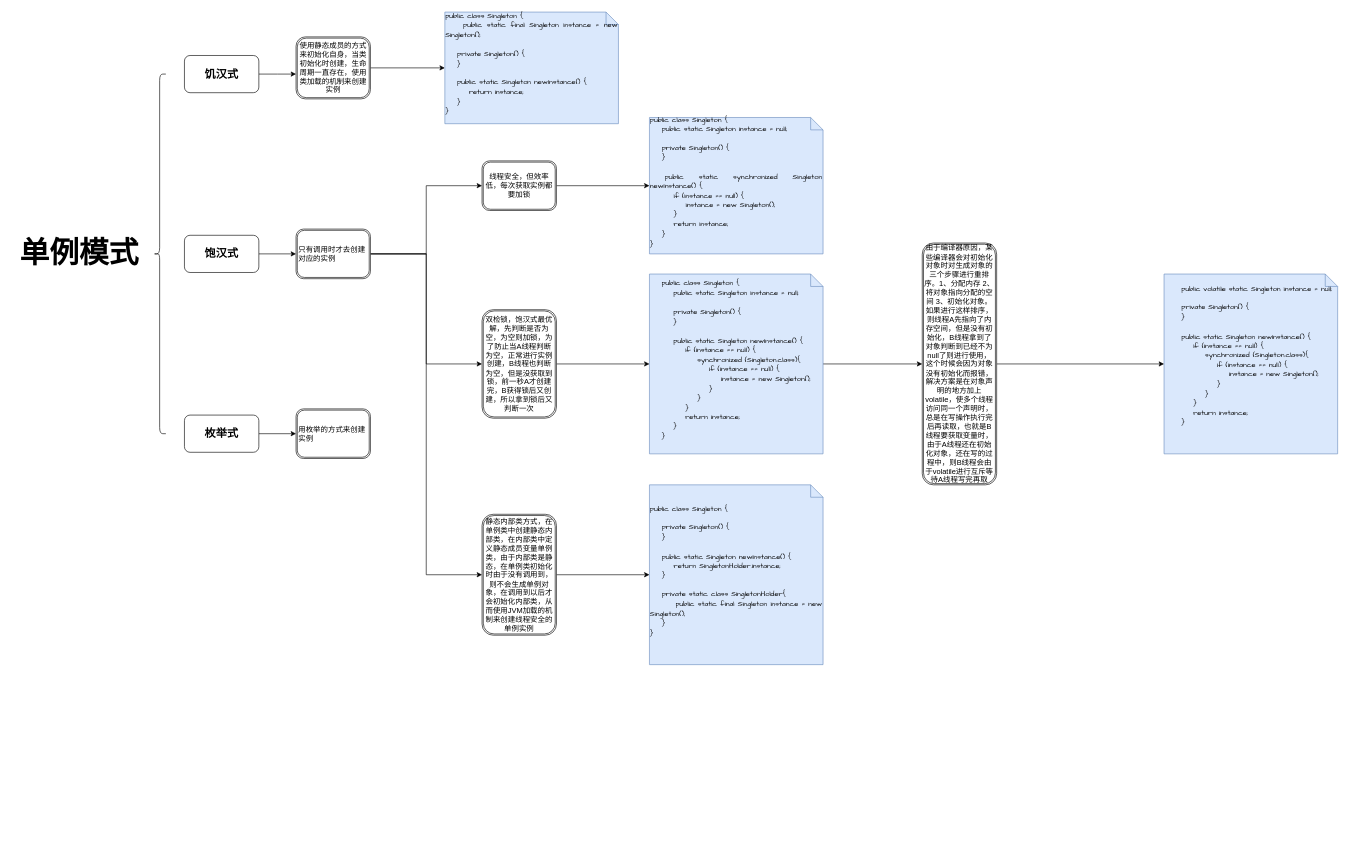
The draw.io diagram Untitled Diagram.drawio in onedayrex/ImagesUml, before the edit. Source tidied: cells renumbered, new cells numbered last; positions are measured from the earlier drawing's top-left corner, leaving out a move shared by most shapes. Both pictures are drawn from the tidied source at 62%, with x=0, y=0 at pixel (11, 12).
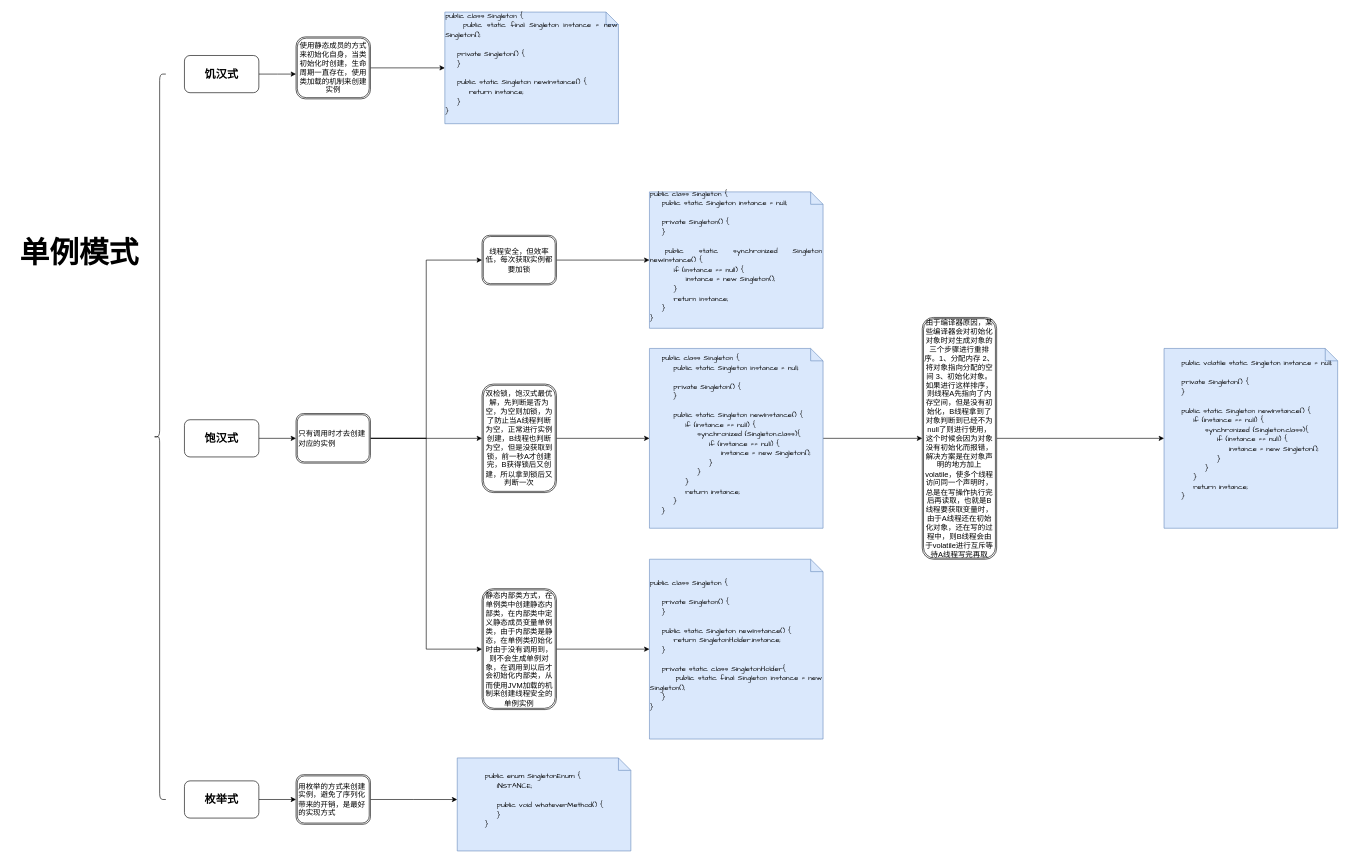
After the change.

The edit, as a diff of the source:
```diff
@@
     <mxCell id="3" style="shape=curlyBracket;whiteSpace=wrap;html=1;rounded=1;" parent="1" vertex="1">
-      <mxGeometry x="230" y="100" width="20" height="580" as="geometry" />
+      <mxGeometry x="230" y="100" width="20" height="1170" as="geometry" />
     </mxCell>
@@
     <mxCell id="7" value="&lt;h2&gt;饱汉式&lt;/h2&gt;" style="rounded=1;whiteSpace=wrap;html=1;" parent="1" vertex="1">
-      <mxGeometry x="280" y="360" width="120" height="60" as="geometry" />
+      <mxGeometry x="280" y="657.5" width="120" height="60" as="geometry" />
     </mxCell>
@@
     <mxCell id="9" value="&lt;h2&gt;枚举式&lt;/h2&gt;" style="rounded=1;whiteSpace=wrap;html=1;" parent="1" vertex="1">
-      <mxGeometry x="280" y="650" width="120" height="60" as="geometry" />
+      <mxGeometry x="280" y="1240" width="120" height="60" as="geometry" />
     </mxCell>
@@
     <mxCell id="15" value="&lt;div&gt;只有调用时才去创建对应的实例&lt;/div&gt;" style="shape=ext;double=1;rounded=1;whiteSpace=wrap;html=1;align=left;" parent="1" vertex="1">
-      <mxGeometry x="460" y="350" width="120" height="80" as="geometry" />
+      <mxGeometry x="460" y="647.5" width="120" height="80" as="geometry" />
     </mxCell>
+    <mxCell id="31" style="edgeStyle=orthogonalEdgeStyle;rounded=0;jettySize=auto;html=1;entryX=0;entryY=0.447;entryDx=0;entryDy=0;entryPerimeter=0;" parent="1" edge="1" source="16" target="32">
+      <mxGeometry relative="1" as="geometry" />
+    </mxCell>
-    <mxCell id="16" value="&lt;div&gt;&lt;span&gt;用枚举的方式来创建实例&lt;/span&gt;&lt;/div&gt;" style="shape=ext;double=1;rounded=1;whiteSpace=wrap;html=1;align=left;" parent="1" vertex="1">
-      <mxGeometry x="460" y="640" width="120" height="80" as="geometry" />
+    <mxCell id="16" value="&lt;div&gt;&lt;span&gt;用枚举的方式来创建实例，避免了序列化带来的开销，是最好的实现方式&lt;/span&gt;&lt;/div&gt;" style="shape=ext;double=1;rounded=1;whiteSpace=wrap;html=1;align=left;" parent="1" vertex="1">
+      <mxGeometry x="460" y="1230" width="120" height="80" as="geometry" />
     </mxCell>
@@
     <mxCell id="18" value="&lt;div style=&quot;text-align: justify&quot;&gt;&lt;div&gt;&lt;font face=&quot;Comic Sans MS&quot;&gt;public class Singleton {&lt;/font&gt;&lt;/div&gt;&lt;div&gt;&lt;font face=&quot;Comic Sans MS&quot;&gt;&amp;nbsp; &amp;nbsp; public static Singleton instance = null;&lt;/font&gt;&lt;/div&gt;&lt;div&gt;&lt;font face=&quot;Comic Sans MS&quot;&gt;&lt;br&gt;&lt;/font&gt;&lt;/div&gt;&lt;div&gt;&lt;font face=&quot;Comic Sans MS&quot;&gt;&amp;nbsp; &amp;nbsp; private Singleton() {&lt;/font&gt;&lt;/div&gt;&lt;div&gt;&lt;font face=&quot;Comic Sans MS&quot;&gt;&amp;nbsp; &amp;nbsp; }&lt;/font&gt;&lt;/div&gt;&lt;div&gt;&lt;span style=&quot;font-family: &amp;#34;comic sans ms&amp;#34;&quot;&gt;&lt;br&gt;&lt;/span&gt;&lt;/div&gt;&lt;div&gt;&lt;span style=&quot;font-family: &amp;#34;comic sans ms&amp;#34;&quot;&gt;&amp;nbsp;public static synchronized Singleton newInstance() {&lt;/span&gt;&lt;br&gt;&lt;/div&gt;&lt;div&gt;&lt;font face=&quot;Comic Sans MS&quot;&gt;&amp;nbsp; &amp;nbsp; &amp;nbsp; &amp;nbsp; if (instance == null) {&lt;/font&gt;&lt;/div&gt;&lt;div&gt;&lt;font face=&quot;Comic Sans MS&quot;&gt;&amp;nbsp; &amp;nbsp; &amp;nbsp; &amp;nbsp; &amp;nbsp; &amp;nbsp; instance = new Singleton();&lt;/font&gt;&lt;/div&gt;&lt;div&gt;&lt;font face=&quot;Comic Sans MS&quot;&gt;&amp;nbsp; &amp;nbsp; &amp;nbsp; &amp;nbsp; }&lt;/font&gt;&lt;/div&gt;&lt;div&gt;&lt;font face=&quot;Comic Sans MS&quot;&gt;&amp;nbsp; &amp;nbsp; &amp;nbsp; &amp;nbsp; return instance;&lt;/font&gt;&lt;/div&gt;&lt;div&gt;&lt;font face=&quot;Comic Sans MS&quot;&gt;&amp;nbsp; &amp;nbsp; }&lt;/font&gt;&lt;/div&gt;&lt;div&gt;&lt;font face=&quot;Comic Sans MS&quot;&gt;}&lt;/font&gt;&lt;/div&gt;&lt;div&gt;&lt;br&gt;&lt;/div&gt;&lt;/div&gt;" style="shape=note;size=20;whiteSpace=wrap;html=1;strokeColor=#6c8ebf;fillColor=#dae8fc;" parent="1" vertex="1">
-      <mxGeometry x="1030" y="170" width="280" height="220" as="geometry" />
+      <mxGeometry x="1030" y="290" width="280" height="220" as="geometry" />
     </mxCell>
@@
     <mxCell id="20" value="&lt;div style=&quot;text-align: justify&quot;&gt;&lt;div&gt;&lt;font face=&quot;Comic Sans MS&quot;&gt;public class Singleton {&lt;/font&gt;&lt;/div&gt;&lt;div&gt;&lt;font face=&quot;Comic Sans MS&quot;&gt;&amp;nbsp; &amp;nbsp; public static Singleton instance = null;&lt;/font&gt;&lt;/div&gt;&lt;div&gt;&lt;font face=&quot;Comic Sans MS&quot;&gt;&lt;br&gt;&lt;/font&gt;&lt;/div&gt;&lt;div&gt;&lt;font face=&quot;Comic Sans MS&quot;&gt;&amp;nbsp; &amp;nbsp; private Singleton() {&lt;/font&gt;&lt;/div&gt;&lt;div&gt;&lt;font face=&quot;Comic Sans MS&quot;&gt;&amp;nbsp; &amp;nbsp; }&lt;/font&gt;&lt;/div&gt;&lt;div&gt;&lt;font face=&quot;Comic Sans MS&quot;&gt;&lt;br&gt;&lt;/font&gt;&lt;/div&gt;&lt;div&gt;&lt;font face=&quot;Comic Sans MS&quot;&gt;&amp;nbsp; &amp;nbsp; public static Singleton newInstance() {&lt;/font&gt;&lt;/div&gt;&lt;div&gt;&lt;font face=&quot;Comic Sans MS&quot;&gt;&amp;nbsp; &amp;nbsp; &amp;nbsp; &amp;nbsp; if (instance == null) {&lt;/font&gt;&lt;/div&gt;&lt;div&gt;&lt;font face=&quot;Comic Sans MS&quot;&gt;&amp;nbsp; &amp;nbsp; &amp;nbsp; &amp;nbsp; &amp;nbsp; &amp;nbsp; synchronized (Singleton.class){&lt;/font&gt;&lt;/div&gt;&lt;div&gt;&lt;font face=&quot;Comic Sans MS&quot;&gt;&amp;nbsp; &amp;nbsp; &amp;nbsp; &amp;nbsp; &amp;nbsp; &amp;nbsp; &amp;nbsp; &amp;nbsp; if (instance == null) {&lt;/font&gt;&lt;/div&gt;&lt;div&gt;&lt;font face=&quot;Comic Sans MS&quot;&gt;&amp;nbsp; &amp;nbsp; &amp;nbsp; &amp;nbsp; &amp;nbsp; &amp;nbsp; &amp;nbsp; &amp;nbsp; &amp;nbsp; &amp;nbsp; instance = new Singleton();&lt;/font&gt;&lt;/div&gt;&lt;div&gt;&lt;font face=&quot;Comic Sans MS&quot;&gt;&amp;nbsp; &amp;nbsp; &amp;nbsp; &amp;nbsp; &amp;nbsp; &amp;nbsp; &amp;nbsp; &amp;nbsp; }&lt;/font&gt;&lt;/div&gt;&lt;div&gt;&lt;font face=&quot;Comic Sans MS&quot;&gt;&amp;nbsp; &amp;nbsp; &amp;nbsp; &amp;nbsp; &amp;nbsp; &amp;nbsp; }&lt;/font&gt;&lt;/div&gt;&lt;div&gt;&lt;font face=&quot;Comic Sans MS&quot;&gt;&amp;nbsp; &amp;nbsp; &amp;nbsp; &amp;nbsp; }&lt;/font&gt;&lt;/div&gt;&lt;div&gt;&lt;font face=&quot;Comic Sans MS&quot;&gt;&amp;nbsp; &amp;nbsp; &amp;nbsp; &amp;nbsp; return instance;&lt;/font&gt;&lt;/div&gt;&lt;div&gt;&lt;font face=&quot;Comic Sans MS&quot;&gt;&amp;nbsp; &amp;nbsp; }&lt;/font&gt;&lt;/div&gt;&lt;div&gt;&lt;font face=&quot;Comic Sans MS&quot;&gt;}&lt;/font&gt;&lt;/div&gt;&lt;div&gt;&lt;br&gt;&lt;/div&gt;&lt;/div&gt;" style="shape=note;size=20;whiteSpace=wrap;html=1;strokeColor=#6c8ebf;fillColor=#dae8fc;" parent="1" vertex="1">
-      <mxGeometry x="1030" y="422.5" width="280" height="290" as="geometry" />
+      <mxGeometry x="1030" y="542.5" width="280" height="290" as="geometry" />
     </mxCell>
@@
     <mxCell id="22" value="线程安全，但效率低，每次获取实例都要加锁" style="shape=ext;double=1;rounded=1;whiteSpace=wrap;html=1;fillColor=#ffffff;gradientColor=#ffffff;" parent="1" vertex="1">
-      <mxGeometry x="760" y="240" width="120" height="80" as="geometry" />
+      <mxGeometry x="760" y="360" width="120" height="80" as="geometry" />
     </mxCell>
@@
     <mxCell id="24" value="双检锁，饱汉式最优解，先判断是否为空，为空则加锁，为了防止当A线程判断为空，正常进行实例创建，B线程也判断为空，但是没获取到锁，前一秒A才创建完，B获得锁后又创建，所以拿到锁后又判断一次" style="shape=ext;double=1;rounded=1;whiteSpace=wrap;html=1;fillColor=#ffffff;gradientColor=#ffffff;" parent="1" vertex="1">
-      <mxGeometry x="760" y="480" width="120" height="175" as="geometry" />
+      <mxGeometry x="760" y="600" width="120" height="175" as="geometry" />
     </mxCell>
     <mxCell id="25" value="&lt;div style=&quot;text-align: justify&quot;&gt;&lt;div&gt;&lt;div&gt;&lt;font face=&quot;Comic Sans MS&quot;&gt;&amp;nbsp; &amp;nbsp; public volatile static Singleton instance = null;&lt;/font&gt;&lt;/div&gt;&lt;div&gt;&lt;font face=&quot;Comic Sans MS&quot;&gt;&lt;br&gt;&lt;/font&gt;&lt;/div&gt;&lt;div&gt;&lt;font face=&quot;Comic Sans MS&quot;&gt;&amp;nbsp; &amp;nbsp; private Singleton() {&lt;/font&gt;&lt;/div&gt;&lt;div&gt;&lt;font face=&quot;Comic Sans MS&quot;&gt;&amp;nbsp; &amp;nbsp; }&lt;/font&gt;&lt;/div&gt;&lt;div&gt;&lt;font face=&quot;Comic Sans MS&quot;&gt;&lt;br&gt;&lt;/font&gt;&lt;/div&gt;&lt;div&gt;&lt;font face=&quot;Comic Sans MS&quot;&gt;&amp;nbsp; &amp;nbsp; public static Singleton newInstance() {&lt;/font&gt;&lt;/div&gt;&lt;div&gt;&lt;font face=&quot;Comic Sans MS&quot;&gt;&amp;nbsp; &amp;nbsp; &amp;nbsp; &amp;nbsp; if (instance == null) {&lt;/font&gt;&lt;/div&gt;&lt;div&gt;&lt;font face=&quot;Comic Sans MS&quot;&gt;&amp;nbsp; &amp;nbsp; &amp;nbsp; &amp;nbsp; &amp;nbsp; &amp;nbsp; synchronized (Singleton.class){&lt;/font&gt;&lt;/div&gt;&lt;div&gt;&lt;font face=&quot;Comic Sans MS&quot;&gt;&amp;nbsp; &amp;nbsp; &amp;nbsp; &amp;nbsp; &amp;nbsp; &amp;nbsp; &amp;nbsp; &amp;nbsp; if (instance == null) {&lt;/font&gt;&lt;/div&gt;&lt;div&gt;&lt;font face=&quot;Comic Sans MS&quot;&gt;&amp;nbsp; &amp;nbsp; &amp;nbsp; &amp;nbsp; &amp;nbsp; &amp;nbsp; &amp;nbsp; &amp;nbsp; &amp;nbsp; &amp;nbsp; instance = new Singleton();&lt;/font&gt;&lt;/div&gt;&lt;div&gt;&lt;font face=&quot;Comic Sans MS&quot;&gt;&amp;nbsp; &amp;nbsp; &amp;nbsp; &amp;nbsp; &amp;nbsp; &amp;nbsp; &amp;nbsp; &amp;nbsp; }&lt;/font&gt;&lt;/div&gt;&lt;div&gt;&lt;font face=&quot;Comic Sans MS&quot;&gt;&amp;nbsp; &amp;nbsp; &amp;nbsp; &amp;nbsp; &amp;nbsp; &amp;nbsp; }&lt;/font&gt;&lt;/div&gt;&lt;div&gt;&lt;font face=&quot;Comic Sans MS&quot;&gt;&amp;nbsp; &amp;nbsp; &amp;nbsp; &amp;nbsp; }&lt;/font&gt;&lt;/div&gt;&lt;div&gt;&lt;font face=&quot;Comic Sans MS&quot;&gt;&amp;nbsp; &amp;nbsp; &amp;nbsp; &amp;nbsp; return instance;&lt;/font&gt;&lt;/div&gt;&lt;div&gt;&lt;font face=&quot;Comic Sans MS&quot;&gt;&amp;nbsp; &amp;nbsp; }&lt;/font&gt;&lt;/div&gt;&lt;/div&gt;&lt;div&gt;&lt;br&gt;&lt;/div&gt;&lt;div&gt;&lt;br&gt;&lt;/div&gt;&lt;/div&gt;" style="shape=note;size=20;whiteSpace=wrap;html=1;strokeColor=#6c8ebf;fillColor=#dae8fc;" parent="1" vertex="1">
-      <mxGeometry x="1860" y="422.5" width="280" height="290" as="geometry" />
+      <mxGeometry x="1860" y="542.5" width="280" height="290" as="geometry" />
     </mxCell>
@@
     <mxCell id="27" value="由于编译器原因，某些编译器会对初始化对象时对生成对象的三个步骤进行重排序。1、分配内存 2、将对象指向分配的空间 3、初始化对象。如果进行这样排序，则线程A先指向了内存空间，但是没有初始化，B线程拿到了对象判断到已经不为null了则进行使用，这个时候会因为对象没有初始化而报错，解决方案是在对象声明的地方加上volatile，使多个线程访问同一个声明时，总是在写操作执行完后再读取，也就是B线程要获取变量时，由于A线程还在初始化对象，还在写的过程中，则B线程会由于volatile进行互斥等待A线程写完再取" style="shape=ext;double=1;rounded=1;whiteSpace=wrap;html=1;fillColor=#ffffff;gradientColor=#ffffff;" parent="1" vertex="1">
-      <mxGeometry x="1470" y="372.5" width="120" height="390" as="geometry" />
+      <mxGeometry x="1470" y="492.5" width="120" height="390" as="geometry" />
     </mxCell>
@@
     <mxCell id="29" value="静态内部类方式，在单例类中创建静态内部类，在内部类中定义静态成员变量单例类，由于内部类是静态，在单例类初始化时由于没有调用到，则不会生成单例对象，在调用到以后才会初始化内部类，从而使用JVM加载的机制来创建线程安全的单例实例" style="shape=ext;double=1;rounded=1;whiteSpace=wrap;html=1;fillColor=#ffffff;gradientColor=#ffffff;" parent="1" vertex="1">
-      <mxGeometry x="760" y="810" width="120" height="195" as="geometry" />
+      <mxGeometry x="760" y="930" width="120" height="195" as="geometry" />
     </mxCell>
     <mxCell id="30" value="&lt;div style=&quot;text-align: justify&quot;&gt;&lt;div&gt;&lt;div&gt;&lt;font face=&quot;Comic Sans MS&quot;&gt;public class Singleton {&lt;/font&gt;&lt;/div&gt;&lt;div&gt;&lt;font face=&quot;Comic Sans MS&quot;&gt;&lt;br&gt;&lt;/font&gt;&lt;/div&gt;&lt;div&gt;&lt;font face=&quot;Comic Sans MS&quot;&gt;&amp;nbsp; &amp;nbsp; private Singleton() {&lt;/font&gt;&lt;/div&gt;&lt;div&gt;&lt;font face=&quot;Comic Sans MS&quot;&gt;&amp;nbsp; &amp;nbsp; }&lt;/font&gt;&lt;/div&gt;&lt;div&gt;&lt;font face=&quot;Comic Sans MS&quot;&gt;&lt;br&gt;&lt;/font&gt;&lt;/div&gt;&lt;div&gt;&lt;font face=&quot;Comic Sans MS&quot;&gt;&amp;nbsp; &amp;nbsp; public static Singleton newInstance() {&lt;/font&gt;&lt;/div&gt;&lt;div&gt;&lt;font face=&quot;Comic Sans MS&quot;&gt;&amp;nbsp; &amp;nbsp; &amp;nbsp; &amp;nbsp; return SingletonHolder.instance;&lt;/font&gt;&lt;/div&gt;&lt;div&gt;&lt;font face=&quot;Comic Sans MS&quot;&gt;&amp;nbsp; &amp;nbsp; }&lt;/font&gt;&lt;/div&gt;&lt;div&gt;&lt;font face=&quot;Comic Sans MS&quot;&gt;&lt;br&gt;&lt;/font&gt;&lt;/div&gt;&lt;div&gt;&lt;font face=&quot;Comic Sans MS&quot;&gt;&amp;nbsp; &amp;nbsp; private static class SingletonHolder{&lt;/font&gt;&lt;/div&gt;&lt;div&gt;&lt;font face=&quot;Comic Sans MS&quot;&gt;&amp;nbsp; &amp;nbsp; &amp;nbsp; &amp;nbsp; public static final Singleton instance = new Singleton();&lt;/font&gt;&lt;/div&gt;&lt;div&gt;&lt;font face=&quot;Comic Sans MS&quot;&gt;&amp;nbsp; &amp;nbsp; }&lt;/font&gt;&lt;/div&gt;&lt;div&gt;&lt;font face=&quot;Comic Sans MS&quot;&gt;}&lt;/font&gt;&lt;/div&gt;&lt;/div&gt;&lt;div&gt;&lt;br&gt;&lt;/div&gt;&lt;/div&gt;" style="shape=note;size=20;whiteSpace=wrap;html=1;strokeColor=#6c8ebf;fillColor=#dae8fc;" parent="1" vertex="1">
-      <mxGeometry x="1030" y="762.5" width="280" height="290" as="geometry" />
+      <mxGeometry x="1030" y="882.5" width="280" height="290" as="geometry" />
     </mxCell>
+    <mxCell id="32" value="&lt;div style=&quot;text-align: justify&quot;&gt;&lt;div&gt;&lt;div&gt;&lt;div&gt;&lt;font face=&quot;Comic Sans MS&quot;&gt;public enum SingletonEnum {&lt;/font&gt;&lt;/div&gt;&lt;div&gt;&lt;font face=&quot;Comic Sans MS&quot;&gt;&amp;nbsp; &amp;nbsp; INSTANCE;&lt;/font&gt;&lt;/div&gt;&lt;div&gt;&lt;font face=&quot;Comic Sans MS&quot;&gt;&lt;br&gt;&lt;/font&gt;&lt;/div&gt;&lt;div&gt;&lt;font face=&quot;Comic Sans MS&quot;&gt;&amp;nbsp; &amp;nbsp; public void whateverMethod() {&lt;/font&gt;&lt;/div&gt;&lt;div&gt;&lt;font face=&quot;Comic Sans MS&quot;&gt;&amp;nbsp; &amp;nbsp; }&lt;/font&gt;&lt;/div&gt;&lt;div&gt;&lt;font face=&quot;Comic Sans MS&quot;&gt;}&lt;/font&gt;&lt;/div&gt;&lt;/div&gt;&lt;/div&gt;&lt;div&gt;&lt;br&gt;&lt;/div&gt;&lt;/div&gt;" style="shape=note;size=20;whiteSpace=wrap;html=1;strokeColor=#6c8ebf;fillColor=#dae8fc;" parent="1" vertex="1">
+      <mxGeometry x="720" y="1203" width="280" height="150" as="geometry" />
+    </mxCell>
```
